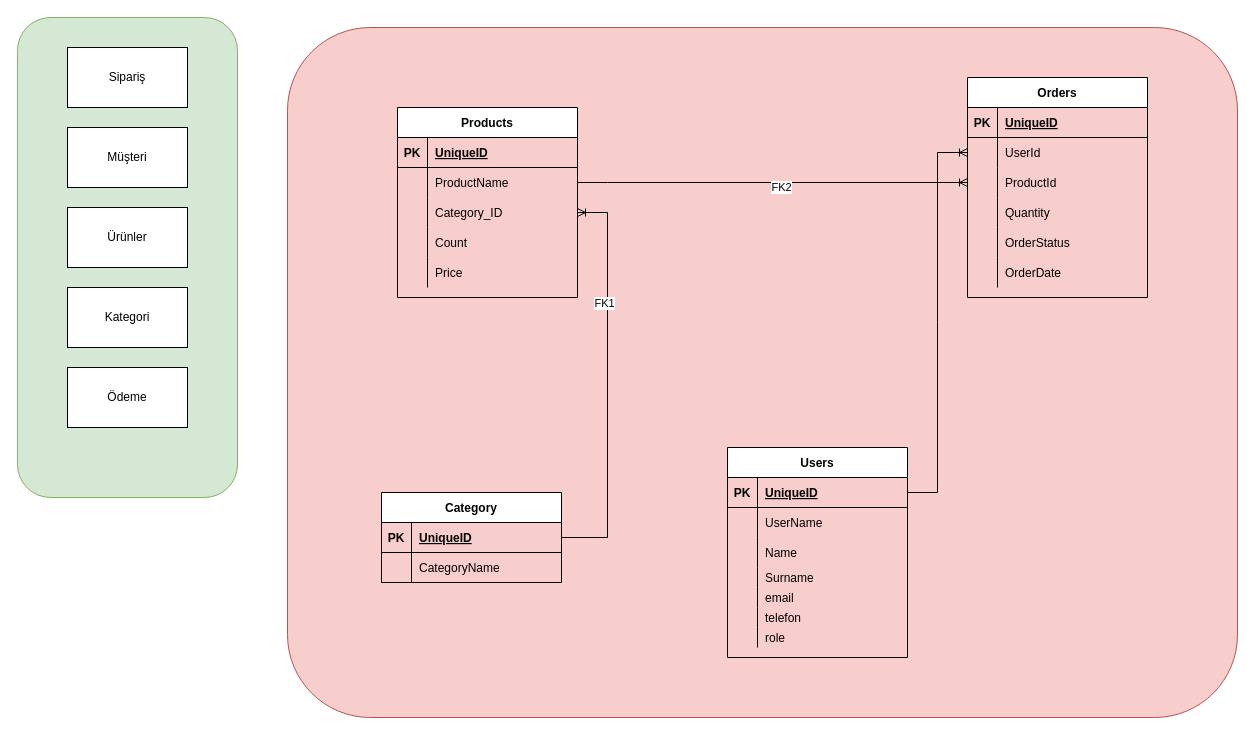
Earlier version of the draw.io diagram page "Diagramlar" (1 of 2) of projemodeldiagram.drawio (ibrahimediz/eticaretsimple). Source tidied: cells renumbered, new cells numbered last; positions are measured from the earlier drawing's top-left corner, leaving out a move shared by most shapes. Both pictures are drawn from the tidied source at 100%, with x=0, y=0 at pixel (17, 17).
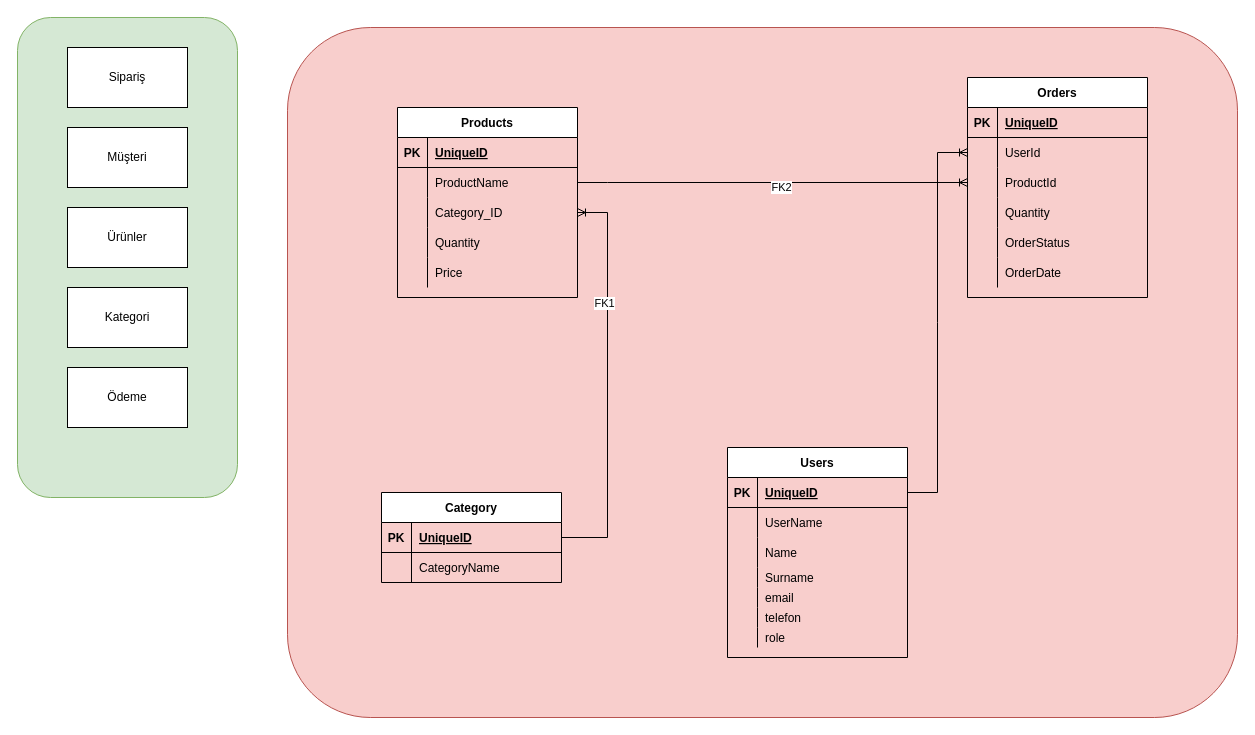
The same diagram, later.

The change refers to these unchanged cells:
```xml
<mxCell id="42" style="shape=tableRow;horizontal=0;startSize=0;swimlaneHead=0;swimlaneBody=0;fillColor=none;top=0;left=0;right=0;bottom=0;" parent="32" vertex="1">
  <mxGeometry y="120" width="180" height="30" as="geometry" />
</mxCell>
```

Change to the diagram source:
```diff
@@
-    <mxCell id="44" value="Count" style="shape=partialRectangle;fillColor=none;top=0;left=0;bottom=0;right=0;align=left;spacingLeft=6;overflow=hidden;" parent="42" vertex="1">
+    <mxCell id="44" value="Quantity" style="shape=partialRectangle;fillColor=none;top=0;left=0;bottom=0;right=0;align=left;spacingLeft=6;overflow=hidden;" parent="42" vertex="1">
       <mxGeometry x="30" width="150" height="30" as="geometry" />
     </mxCell>
```
